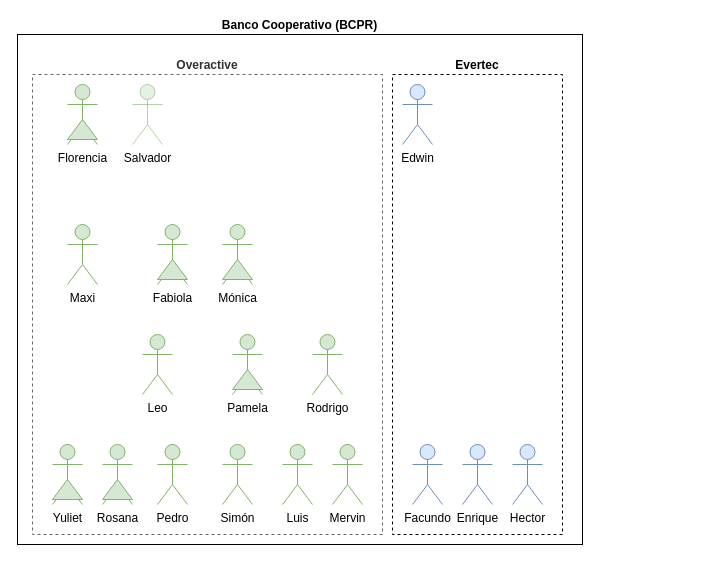
Earlier version of the draw.io diagram page "Evertec" (2 of 2) of documentation/managers-map.drawio (lflores/lazy-developer-tools). Source tidied: cells renumbered, new cells numbered last; positions are measured from the earlier drawing's top-left corner, leaving out a move shared by most shapes. Both pictures are drawn from the tidied source at 100%, with x=0, y=0 at pixel (17, 34).
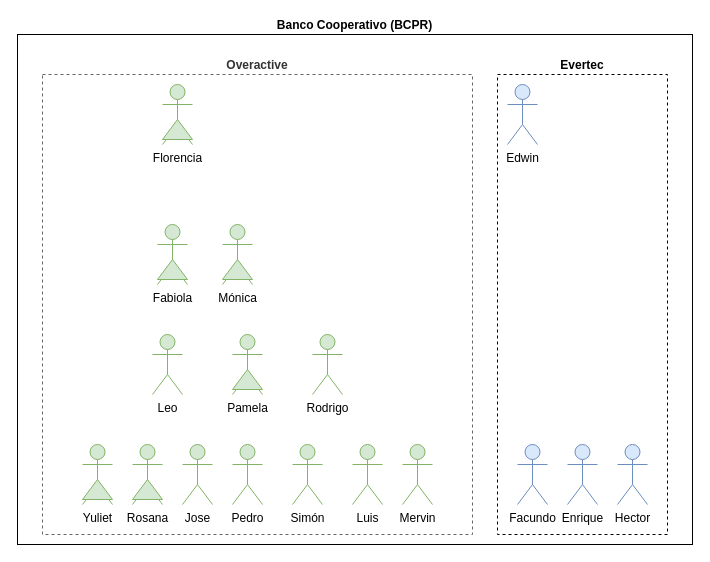
Above is the later version.

Change to the diagram source:
```diff
@@
     <mxCell id="2" value="Banco Cooperativo (BCPR)" style="rounded=0;whiteSpace=wrap;html=1;fillColor=none;labelPosition=center;verticalLabelPosition=top;align=center;verticalAlign=bottom;fontStyle=1;" parent="1" vertex="1">
-      <mxGeometry width="565" height="510" as="geometry" />
+      <mxGeometry width="675" height="510" as="geometry" />
     </mxCell>
     <mxCell id="3" value="Overactive" style="rounded=0;whiteSpace=wrap;fillColor=none;dashed=1;strokeColor=#666666;fontColor=#333333;labelPosition=center;verticalLabelPosition=top;align=center;verticalAlign=bottom;fontStyle=1;" parent="1" vertex="1">
-      <mxGeometry x="15" y="40" width="350" height="460" as="geometry" />
+      <mxGeometry x="25" y="40" width="430" height="460" as="geometry" />
     </mxCell>
     <mxCell id="4" value="Evertec" style="rounded=0;whiteSpace=wrap;html=1;fillColor=none;labelPosition=center;verticalLabelPosition=top;align=center;verticalAlign=bottom;dashed=1;fontStyle=1;" parent="1" vertex="1">
-      <mxGeometry x="375" y="40" width="170" height="460" as="geometry" />
+      <mxGeometry x="480" y="40" width="170" height="460" as="geometry" />
     </mxCell>
-    <mxCell id="5" value="Maxi" style="shape=umlActor;verticalLabelPosition=bottom;verticalAlign=top;html=1;fillColor=#d5e8d4;strokeColor=#82b366;" parent="1" vertex="1">
-      <mxGeometry x="50" y="190" width="30" height="60" as="geometry" />
-    </mxCell>
@@
     <mxCell id="10" style="group;strokeColor=none;" parent="1" vertex="1">
-      <mxGeometry x="50" y="50" width="30" height="60" as="geometry" />
+      <mxGeometry x="145" y="50" width="30" height="60" as="geometry" />
     </mxCell>
@@
     <mxCell id="14" value="Enrique" style="shape=umlActor;verticalLabelPosition=bottom;verticalAlign=top;html=1;fillColor=#dae8fc;strokeColor=#6c8ebf;" parent="1" vertex="1">
-      <mxGeometry x="445" y="410" width="30" height="60" as="geometry" />
+      <mxGeometry x="550" y="410" width="30" height="60" as="geometry" />
     </mxCell>
     <mxCell id="15" value="Edwin" style="shape=umlActor;verticalLabelPosition=bottom;verticalAlign=top;html=1;fillColor=#dae8fc;strokeColor=#6c8ebf;" parent="1" vertex="1">
-      <mxGeometry x="385" y="50" width="30" height="60" as="geometry" />
+      <mxGeometry x="490" y="50" width="30" height="60" as="geometry" />
     </mxCell>
     <mxCell id="16" value="Leo" style="shape=umlActor;verticalLabelPosition=bottom;verticalAlign=top;html=1;fillColor=#d5e8d4;strokeColor=#82b366;" parent="1" vertex="1">
-      <mxGeometry x="125" y="300" width="30" height="60" as="geometry" />
+      <mxGeometry x="135" y="300" width="30" height="60" as="geometry" />
     </mxCell>
-    <mxCell id="17" value="Salvador" style="shape=umlActor;verticalLabelPosition=bottom;verticalAlign=top;html=1;fillColor=#d5e8d4;strokeColor=#82b366;opacity=60;" parent="1" vertex="1">
-      <mxGeometry x="115" y="50" width="30" height="60" as="geometry" />
-    </mxCell>
     <mxCell id="18" value="Pedro" style="shape=umlActor;verticalLabelPosition=bottom;verticalAlign=top;html=1;fillColor=#d5e8d4;strokeColor=#82b366;" parent="1" vertex="1">
-      <mxGeometry x="140" y="410" width="30" height="60" as="geometry" />
+      <mxGeometry x="215" y="410" width="30" height="60" as="geometry" />
     </mxCell>
     <mxCell id="19" value="Simón" style="shape=umlActor;verticalLabelPosition=bottom;verticalAlign=top;html=1;fillColor=#d5e8d4;strokeColor=#82b366;" parent="1" vertex="1">
-      <mxGeometry x="205" y="410" width="30" height="60" as="geometry" />
+      <mxGeometry x="275" y="410" width="30" height="60" as="geometry" />
     </mxCell>
     <mxCell id="20" value="Luis" style="shape=umlActor;verticalLabelPosition=bottom;verticalAlign=top;html=1;fillColor=#d5e8d4;strokeColor=#82b366;" parent="1" vertex="1">
-      <mxGeometry x="265" y="410" width="30" height="60" as="geometry" />
+      <mxGeometry x="335" y="410" width="30" height="60" as="geometry" />
     </mxCell>
     <mxCell id="21" value="Facundo" style="shape=umlActor;verticalLabelPosition=bottom;verticalAlign=top;html=1;fillColor=#dae8fc;strokeColor=#6c8ebf;" parent="1" vertex="1">
-      <mxGeometry x="395" y="410" width="30" height="60" as="geometry" />
+      <mxGeometry x="500" y="410" width="30" height="60" as="geometry" />
     </mxCell>
@@
     <mxCell id="25" style="group;" parent="1" vertex="1">
-      <mxGeometry x="85" y="410" width="30" height="60" as="geometry" />
+      <mxGeometry x="115" y="410" width="30" height="60" as="geometry" />
     </mxCell>
@@
     <mxCell id="28" value="Mervin" style="shape=umlActor;verticalLabelPosition=bottom;verticalAlign=top;html=1;fillColor=#d5e8d4;strokeColor=#82b366;" parent="1" vertex="1">
-      <mxGeometry x="315" y="410" width="30" height="60" as="geometry" />
+      <mxGeometry x="385" y="410" width="30" height="60" as="geometry" />
     </mxCell>
     <mxCell id="29" style="group;" parent="1" vertex="1">
-      <mxGeometry x="35" y="410" width="30" height="60" as="geometry" />
+      <mxGeometry x="65" y="410" width="30" height="60" as="geometry" />
     </mxCell>
@@
     <mxCell id="33" value="Hector" style="shape=umlActor;verticalLabelPosition=bottom;verticalAlign=top;html=1;fillColor=#dae8fc;strokeColor=#6c8ebf;" parent="1" vertex="1">
-      <mxGeometry x="495" y="410" width="30" height="60" as="geometry" />
+      <mxGeometry x="600" y="410" width="30" height="60" as="geometry" />
     </mxCell>
@@
+    <mxCell id="38" value="Jose" style="shape=umlActor;verticalLabelPosition=bottom;verticalAlign=top;html=1;fillColor=#d5e8d4;strokeColor=#82b366;" parent="1" vertex="1">
+      <mxGeometry x="165" y="410" width="30" height="60" as="geometry" />
+    </mxCell>
```
